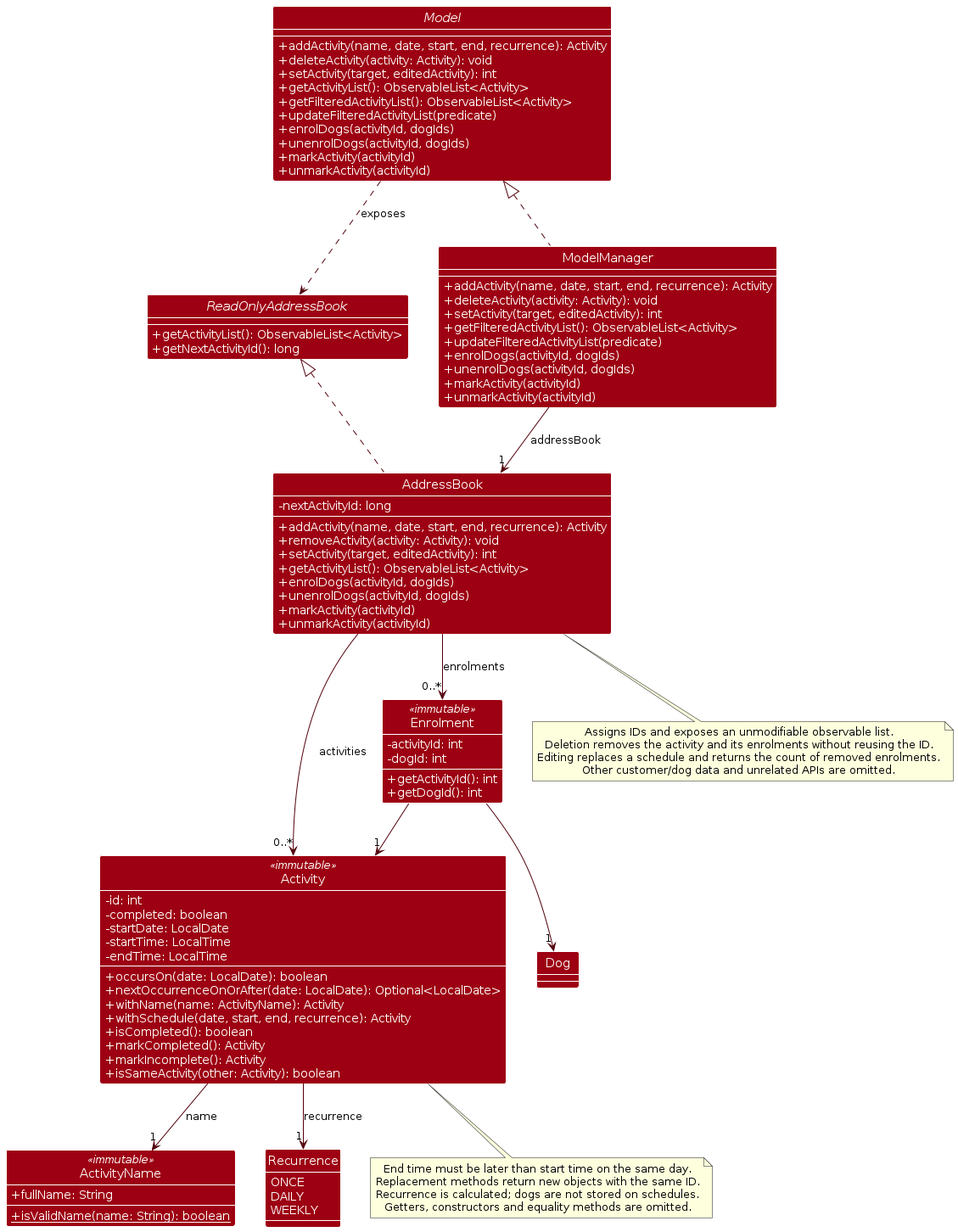
Earlier version of the PlantUML export diagrams/ActivityClassDiagram.png (AY2627S1-CS2103T-T15-4/tp). Its source is kept beside it as diagrams/ActivityClassDiagram.puml.
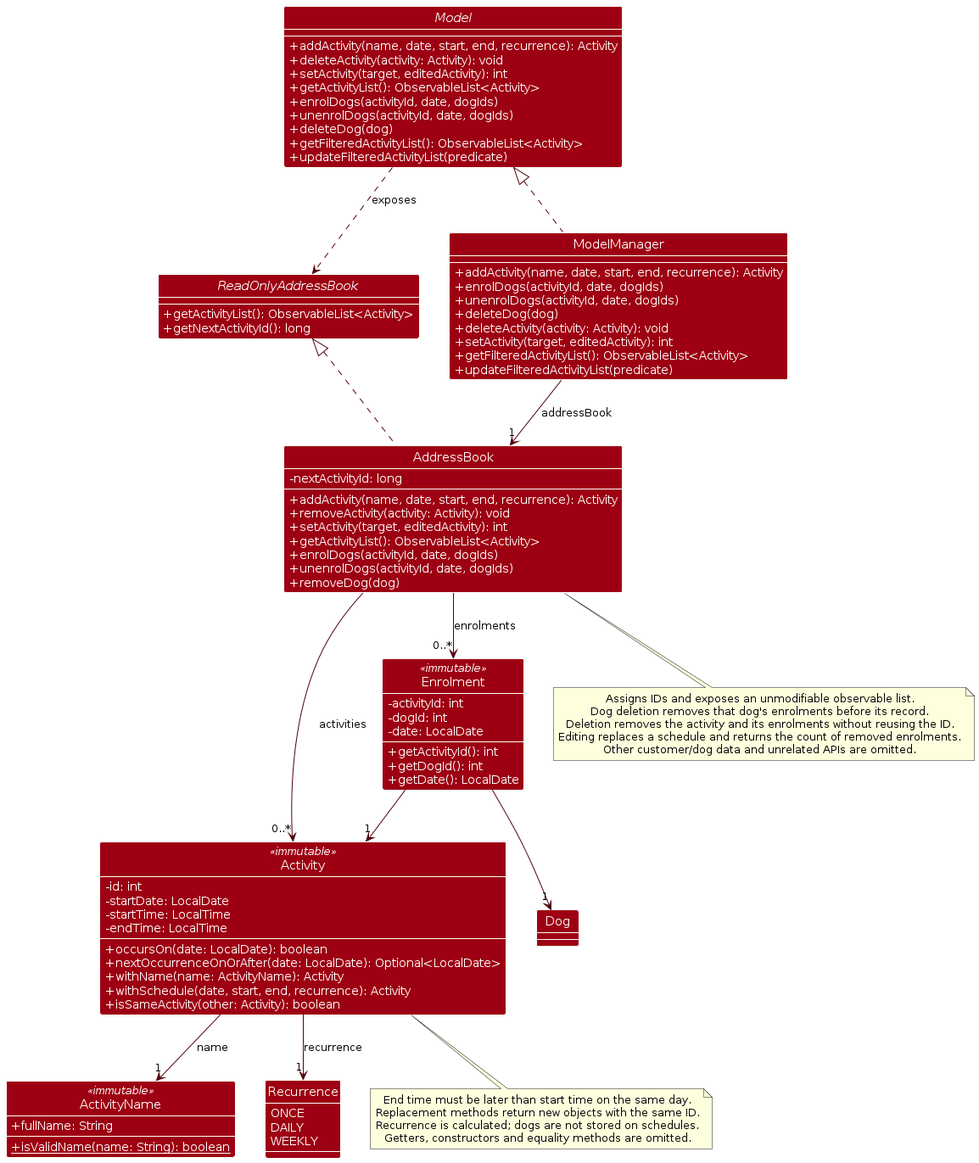
After the commit.

The edit, as a diff of the source:
```diff
@@ -12,24 +12,22 @@
   +deleteActivity(activity: Activity): void
   +setActivity(target, editedActivity): int
   +getActivityList(): ObservableList<Activity>
+  +enrolDogs(activityId, date, dogIds)
+  +unenrolDogs(activityId, date, dogIds)
+  +deleteDog(dog)
   +getFilteredActivityList(): ObservableList<Activity>
   +updateFilteredActivityList(predicate)
-  +enrolDogs(activityId, dogIds)
-  +unenrolDogs(activityId, dogIds)
-  +markActivity(activityId)
-  +unmarkActivity(activityId)
 }
 
 class ModelManager {
   +addActivity(name, date, start, end, recurrence): Activity
+  +enrolDogs(activityId, date, dogIds)
+  +unenrolDogs(activityId, date, dogIds)
+  +deleteDog(dog)
   +deleteActivity(activity: Activity): void
   +setActivity(target, editedActivity): int
   +getFilteredActivityList(): ObservableList<Activity>
   +updateFilteredActivityList(predicate)
-  +enrolDogs(activityId, dogIds)
-  +unenrolDogs(activityId, dogIds)
-  +markActivity(activityId)
-  +unmarkActivity(activityId)
 }
 
 interface ReadOnlyAddressBook {
@@ -43,15 +41,13 @@
   +removeActivity(activity: Activity): void
   +setActivity(target, editedActivity): int
   +getActivityList(): ObservableList<Activity>
-  +enrolDogs(activityId, dogIds)
-  +unenrolDogs(activityId, dogIds)
-  +markActivity(activityId)
-  +unmarkActivity(activityId)
+  +enrolDogs(activityId, date, dogIds)
+  +unenrolDogs(activityId, date, dogIds)
+  +removeDog(dog)
 }
 
 class Activity <<immutable>> {
   -id: int
-  -completed: boolean
   -startDate: LocalDate
   -startTime: LocalTime
   -endTime: LocalTime
@@ -59,17 +55,16 @@
   +nextOccurrenceOnOrAfter(date: LocalDate): Optional<LocalDate>
   +withName(name: ActivityName): Activity
   +withSchedule(date, start, end, recurrence): Activity
-  +isCompleted(): boolean
-  +markCompleted(): Activity
-  +markIncomplete(): Activity
   +isSameActivity(other: Activity): boolean
 }
 
 class Enrolment <<immutable>> {
   -activityId: int
   -dogId: int
+  -date: LocalDate
   +getActivityId(): int
   +getDogId(): int
+  +getDate(): LocalDate
 }
 
 class ActivityName <<immutable>> {
@@ -96,6 +91,7 @@
 
 note bottom of AddressBook
   Assigns IDs and exposes an unmodifiable observable list.
+  Dog deletion removes that dog's enrolments before its record.
   Deletion removes the activity and its enrolments without reusing the ID.
   Editing replaces a schedule and returns the count of removed enrolments.
   Other customer/dog data and unrelated APIs are omitted.
```
